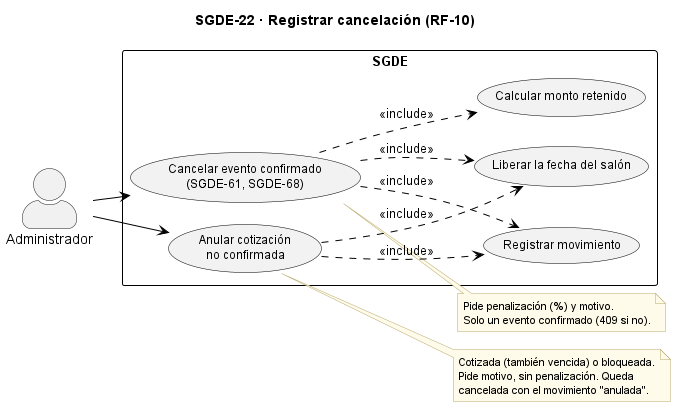
Earlier version of the PlantUML export docs/casos_uso_sgde/SGDE-22_Registrar_cancelacion.png (AndreCamx2/Gestion-De-Eventos).
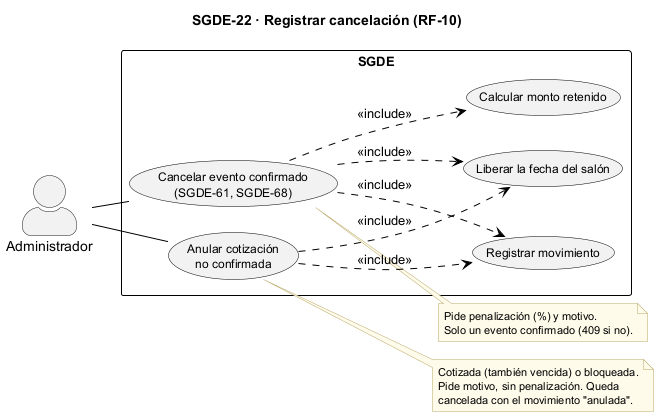
The same diagram one commit later.

Change to the diagram source:
```diff
@@ -31,8 +31,8 @@
   usecase "Anular cotización\nno confirmada" as UC5
 }
 
-AD --> UC1
-AD --> UC5
+AD -- UC1
+AD -- UC5
 UC1 ..> UC2 : <<include>>
 UC1 ..> UC3 : <<include>>
 UC1 ..> UC4 : <<include>>
```
